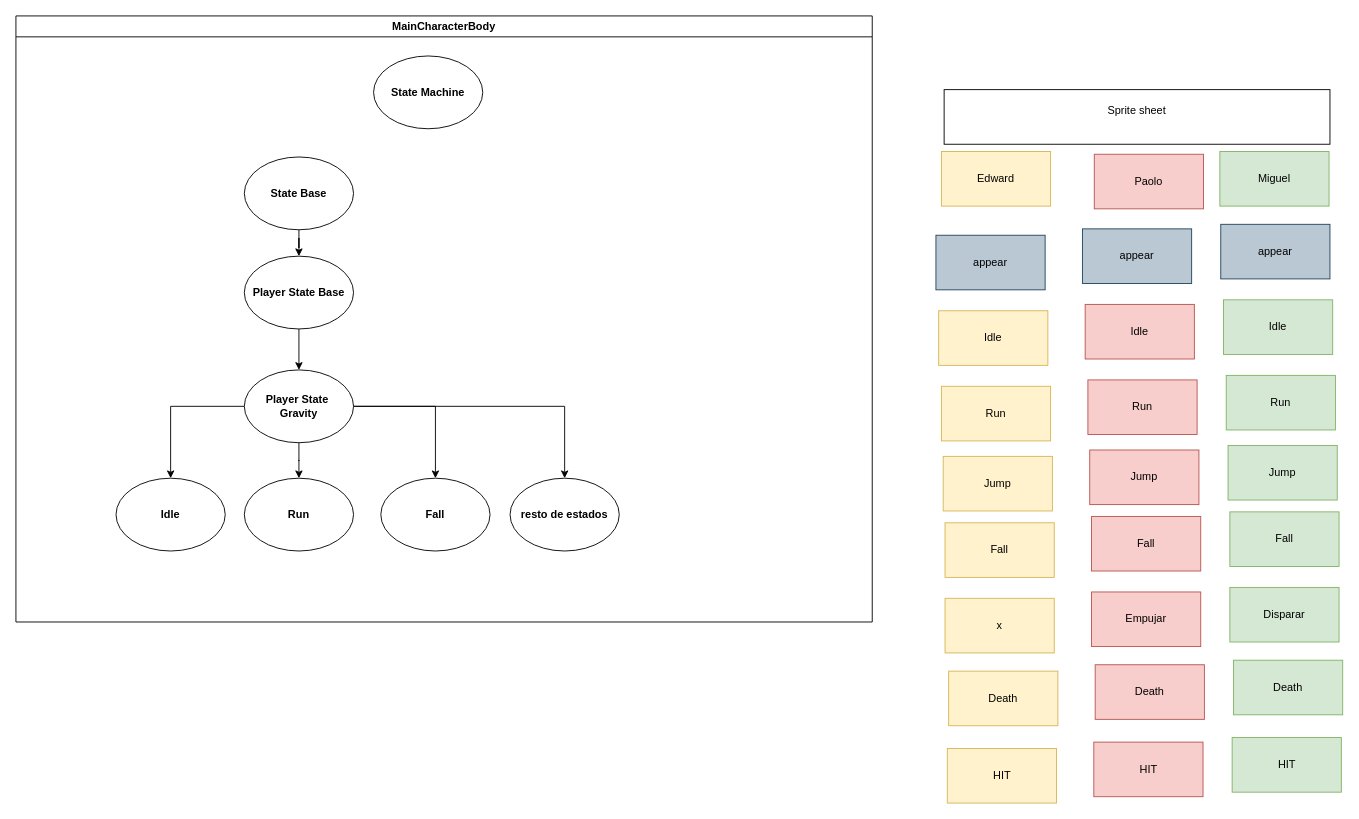
The draw.io diagram page "Página-1" (1 of 4) of resources/maquina de estado.drawio in Chonillo/msanchezcho_tfg, before the edit. Source tidied: cells renumbered, new cells numbered last; positions are measured from the earlier drawing's top-left corner, leaving out a move shared by most shapes. Both pictures are drawn from the tidied source at 91%, with x=0, y=0 at pixel (15, 15).
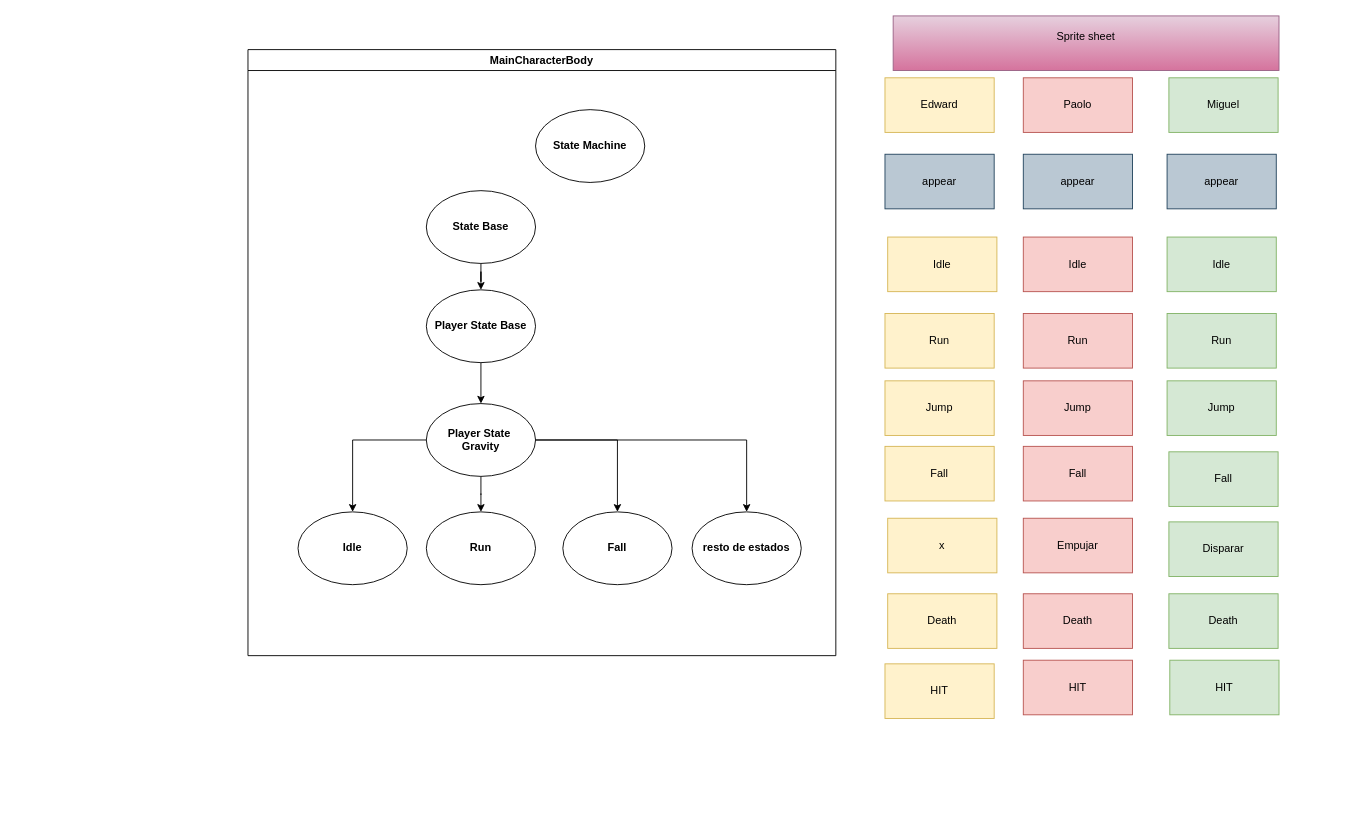
Above is the later version.

Change to the diagram source:
```diff
@@
     <mxCell id="2" value="MainCharacterBody" style="swimlane;whiteSpace=wrap;html=1;" parent="1" vertex="1">
-      <mxGeometry width="941" height="666" as="geometry" />
+      <mxGeometry x="255" y="37" width="646" height="666" as="geometry" />
     </mxCell>
@@
     <mxCell id="7" value="&lt;b&gt;Player State&amp;nbsp;&lt;/b&gt;&lt;div&gt;&lt;b&gt;Gravity&lt;/b&gt;&lt;/div&gt;" style="ellipse;whiteSpace=wrap;html=1;" parent="2" vertex="1">
-      <mxGeometry x="251" y="389" width="120" height="80" as="geometry" />
+      <mxGeometry x="196" y="389" width="120" height="80" as="geometry" />
     </mxCell>
@@
     <mxCell id="9" value="&lt;b&gt;State Base&lt;/b&gt;" style="ellipse;whiteSpace=wrap;html=1;" parent="2" vertex="1">
-      <mxGeometry x="251" y="155" width="120" height="80" as="geometry" />
+      <mxGeometry x="196" y="155" width="120" height="80" as="geometry" />
     </mxCell>
     <mxCell id="10" value="&lt;b&gt;State Machine&lt;/b&gt;" style="ellipse;whiteSpace=wrap;html=1;" parent="2" vertex="1">
-      <mxGeometry x="393" y="44" width="120" height="80" as="geometry" />
+      <mxGeometry x="316" y="66" width="120" height="80" as="geometry" />
     </mxCell>
     <mxCell id="11" value="&lt;b&gt;Idle&lt;/b&gt;" style="ellipse;whiteSpace=wrap;html=1;" parent="2" vertex="1">
-      <mxGeometry x="110" y="508" width="120" height="80" as="geometry" />
+      <mxGeometry x="55" y="508" width="120" height="80" as="geometry" />
     </mxCell>
     <mxCell id="12" value="&lt;b&gt;Run&lt;/b&gt;" style="ellipse;whiteSpace=wrap;html=1;" parent="2" vertex="1">
-      <mxGeometry x="251" y="508" width="120" height="80" as="geometry" />
+      <mxGeometry x="196" y="508" width="120" height="80" as="geometry" />
     </mxCell>
     <mxCell id="13" value="&lt;b&gt;Fall&lt;/b&gt;" style="ellipse;whiteSpace=wrap;html=1;" parent="2" vertex="1">
-      <mxGeometry x="401" y="508" width="120" height="80" as="geometry" />
+      <mxGeometry x="346" y="508" width="120" height="80" as="geometry" />
     </mxCell>
@@
     <mxCell id="15" value="&lt;b&gt;Player State Base&lt;/b&gt;" style="ellipse;whiteSpace=wrap;html=1;" parent="2" vertex="1">
-      <mxGeometry x="251" y="264" width="120" height="80" as="geometry" />
+      <mxGeometry x="196" y="264" width="120" height="80" as="geometry" />
     </mxCell>
     <mxCell id="16" value="&lt;b&gt;resto de estados&lt;/b&gt;" style="ellipse;whiteSpace=wrap;html=1;" parent="2" vertex="1">
-      <mxGeometry x="543" y="508" width="120" height="80" as="geometry" />
+      <mxGeometry x="488" y="508" width="120" height="80" as="geometry" />
     </mxCell>
-    <mxCell id="17" value="Sprite sheet&lt;div&gt;&lt;br&gt;&lt;/div&gt;" style="rounded=0;whiteSpace=wrap;html=1;" parent="1" vertex="1">
-      <mxGeometry x="1020" y="81" width="424" height="60" as="geometry" />
+    <mxCell id="17" value="Sprite sheet&lt;div&gt;&lt;br&gt;&lt;/div&gt;" style="rounded=0;whiteSpace=wrap;html=1;fillColor=#e6d0de;strokeColor=#996185;gradientColor=#d5739d;" parent="1" vertex="1">
+      <mxGeometry x="964" width="424" height="60" as="geometry" />
     </mxCell>
     <mxCell id="18" value="Edward" style="rounded=0;whiteSpace=wrap;html=1;fillColor=#fff2cc;strokeColor=#d6b656;" parent="1" vertex="1">
-      <mxGeometry x="1017" y="149" width="120" height="60" as="geometry" />
+      <mxGeometry x="955" y="68" width="120" height="60" as="geometry" />
     </mxCell>
     <mxCell id="19" value="Paolo" style="rounded=0;whiteSpace=wrap;html=1;fillColor=#f8cecc;strokeColor=#b85450;" parent="1" vertex="1">
-      <mxGeometry x="1185" y="152" width="120" height="60" as="geometry" />
+      <mxGeometry x="1107" y="68" width="120" height="60" as="geometry" />
     </mxCell>
     <mxCell id="20" value="Miguel" style="rounded=0;whiteSpace=wrap;html=1;fillColor=#d5e8d4;strokeColor=#82b366;" parent="1" vertex="1">
-      <mxGeometry x="1323" y="149" width="120" height="60" as="geometry" />
+      <mxGeometry x="1267" y="68" width="120" height="60" as="geometry" />
     </mxCell>
     <mxCell id="21" value="Idle" style="rounded=0;whiteSpace=wrap;html=1;fillColor=#fff2cc;strokeColor=#d6b656;" parent="1" vertex="1">
-      <mxGeometry x="1014" y="324" width="120" height="60" as="geometry" />
+      <mxGeometry x="958" y="243" width="120" height="60" as="geometry" />
     </mxCell>
     <mxCell id="22" value="Run" style="rounded=0;whiteSpace=wrap;html=1;fillColor=#fff2cc;strokeColor=#d6b656;" parent="1" vertex="1">
-      <mxGeometry x="1017" y="407" width="120" height="60" as="geometry" />
+      <mxGeometry x="955" y="327" width="120" height="60" as="geometry" />
     </mxCell>
     <mxCell id="23" value="Jump" style="rounded=0;whiteSpace=wrap;html=1;fillColor=#fff2cc;strokeColor=#d6b656;" parent="1" vertex="1">
-      <mxGeometry x="1019" y="484" width="120" height="60" as="geometry" />
+      <mxGeometry x="955" y="401" width="120" height="60" as="geometry" />
     </mxCell>
     <mxCell id="24" value="Fall" style="rounded=0;whiteSpace=wrap;html=1;fillColor=#fff2cc;strokeColor=#d6b656;" parent="1" vertex="1">
-      <mxGeometry x="1021" y="557" width="120" height="60" as="geometry" />
+      <mxGeometry x="955" y="473" width="120" height="60" as="geometry" />
     </mxCell>
     <mxCell id="25" value="x" style="rounded=0;whiteSpace=wrap;html=1;fillColor=#fff2cc;strokeColor=#d6b656;" parent="1" vertex="1">
-      <mxGeometry x="1021" y="640" width="120" height="60" as="geometry" />
+      <mxGeometry x="958" y="552" width="120" height="60" as="geometry" />
     </mxCell>
     <mxCell id="26" value="Death" style="rounded=0;whiteSpace=wrap;html=1;fillColor=#fff2cc;strokeColor=#d6b656;" parent="1" vertex="1">
-      <mxGeometry x="1025" y="720" width="120" height="60" as="geometry" />
+      <mxGeometry x="958" y="635" width="120" height="60" as="geometry" />
     </mxCell>
     <mxCell id="27" value="appear" style="rounded=0;whiteSpace=wrap;html=1;fillColor=#bac8d3;strokeColor=#23445d;" parent="1" vertex="1">
-      <mxGeometry x="1011" y="241" width="120" height="60" as="geometry" />
+      <mxGeometry x="955" y="152" width="120" height="60" as="geometry" />
     </mxCell>
     <mxCell id="28" value="Idle" style="rounded=0;whiteSpace=wrap;html=1;fillColor=#f8cecc;strokeColor=#b85450;" parent="1" vertex="1">
-      <mxGeometry x="1175" y="317" width="120" height="60" as="geometry" />
+      <mxGeometry x="1107" y="243" width="120" height="60" as="geometry" />
     </mxCell>
     <mxCell id="29" value="Run" style="rounded=0;whiteSpace=wrap;html=1;fillColor=#f8cecc;strokeColor=#b85450;" parent="1" vertex="1">
-      <mxGeometry x="1178" y="400" width="120" height="60" as="geometry" />
+      <mxGeometry x="1107" y="327" width="120" height="60" as="geometry" />
     </mxCell>
     <mxCell id="30" value="Jump" style="rounded=0;whiteSpace=wrap;html=1;fillColor=#f8cecc;strokeColor=#b85450;" parent="1" vertex="1">
-      <mxGeometry x="1180" y="477" width="120" height="60" as="geometry" />
+      <mxGeometry x="1107" y="401" width="120" height="60" as="geometry" />
     </mxCell>
     <mxCell id="31" value="Fall" style="rounded=0;whiteSpace=wrap;html=1;fillColor=#f8cecc;strokeColor=#b85450;" parent="1" vertex="1">
-      <mxGeometry x="1182" y="550" width="120" height="60" as="geometry" />
+      <mxGeometry x="1107" y="473" width="120" height="60" as="geometry" />
     </mxCell>
     <mxCell id="32" value="Empujar" style="rounded=0;whiteSpace=wrap;html=1;fillColor=#f8cecc;strokeColor=#b85450;" parent="1" vertex="1">
-      <mxGeometry x="1182" y="633" width="120" height="60" as="geometry" />
+      <mxGeometry x="1107" y="552" width="120" height="60" as="geometry" />
     </mxCell>
     <mxCell id="33" value="Death" style="rounded=0;whiteSpace=wrap;html=1;fillColor=#f8cecc;strokeColor=#b85450;" parent="1" vertex="1">
-      <mxGeometry x="1186" y="713" width="120" height="60" as="geometry" />
+      <mxGeometry x="1107" y="635" width="120" height="60" as="geometry" />
     </mxCell>
     <mxCell id="34" value="appear" style="rounded=0;whiteSpace=wrap;html=1;fillColor=#bac8d3;strokeColor=#23445d;" parent="1" vertex="1">
-      <mxGeometry x="1172" y="234" width="120" height="60" as="geometry" />
+      <mxGeometry x="1107" y="152" width="120" height="60" as="geometry" />
     </mxCell>
     <mxCell id="35" value="Idle" style="rounded=0;whiteSpace=wrap;html=1;fillColor=#d5e8d4;strokeColor=#82b366;" parent="1" vertex="1">
-      <mxGeometry x="1327" y="312" width="120" height="60" as="geometry" />
+      <mxGeometry x="1265" y="243" width="120" height="60" as="geometry" />
     </mxCell>
     <mxCell id="36" value="Run" style="rounded=0;whiteSpace=wrap;html=1;fillColor=#d5e8d4;strokeColor=#82b366;" parent="1" vertex="1">
-      <mxGeometry x="1330" y="395" width="120" height="60" as="geometry" />
+      <mxGeometry x="1265" y="327" width="120" height="60" as="geometry" />
     </mxCell>
     <mxCell id="37" value="Jump" style="rounded=0;whiteSpace=wrap;html=1;fillColor=#d5e8d4;strokeColor=#82b366;" parent="1" vertex="1">
-      <mxGeometry x="1332" y="472" width="120" height="60" as="geometry" />
+      <mxGeometry x="1265" y="401" width="120" height="60" as="geometry" />
     </mxCell>
     <mxCell id="38" value="Fall" style="rounded=0;whiteSpace=wrap;html=1;fillColor=#d5e8d4;strokeColor=#82b366;" parent="1" vertex="1">
-      <mxGeometry x="1334" y="545" width="120" height="60" as="geometry" />
+      <mxGeometry x="1267" y="479" width="120" height="60" as="geometry" />
     </mxCell>
     <mxCell id="39" value="Disparar" style="rounded=0;whiteSpace=wrap;html=1;fillColor=#d5e8d4;strokeColor=#82b366;" parent="1" vertex="1">
-      <mxGeometry x="1334" y="628" width="120" height="60" as="geometry" />
+      <mxGeometry x="1267" y="556" width="120" height="60" as="geometry" />
     </mxCell>
     <mxCell id="40" value="Death" style="rounded=0;whiteSpace=wrap;html=1;fillColor=#d5e8d4;strokeColor=#82b366;" parent="1" vertex="1">
-      <mxGeometry x="1338" y="708" width="120" height="60" as="geometry" />
+      <mxGeometry x="1267" y="635" width="120" height="60" as="geometry" />
     </mxCell>
     <mxCell id="41" value="appear" style="rounded=0;whiteSpace=wrap;html=1;fillColor=#bac8d3;strokeColor=#23445d;" parent="1" vertex="1">
-      <mxGeometry x="1324" y="229" width="120" height="60" as="geometry" />
+      <mxGeometry x="1265" y="152" width="120" height="60" as="geometry" />
     </mxCell>
     <mxCell id="42" value="HIT" style="rounded=0;whiteSpace=wrap;html=1;fillColor=#fff2cc;strokeColor=#d6b656;" parent="1" vertex="1">
-      <mxGeometry x="1023.5" y="805" width="120" height="60" as="geometry" />
+      <mxGeometry x="955" y="712" width="120" height="60" as="geometry" />
     </mxCell>
     <mxCell id="43" value="HIT" style="rounded=0;whiteSpace=wrap;html=1;fillColor=#f8cecc;strokeColor=#b85450;" parent="1" vertex="1">
-      <mxGeometry x="1184.5" y="798" width="120" height="60" as="geometry" />
+      <mxGeometry x="1107" y="708" width="120" height="60" as="geometry" />
     </mxCell>
     <mxCell id="44" value="HIT" style="rounded=0;whiteSpace=wrap;html=1;fillColor=#d5e8d4;strokeColor=#82b366;" parent="1" vertex="1">
-      <mxGeometry x="1336.5" y="793" width="120" height="60" as="geometry" />
+      <mxGeometry x="1268" y="708" width="120" height="60" as="geometry" />
     </mxCell>
```
